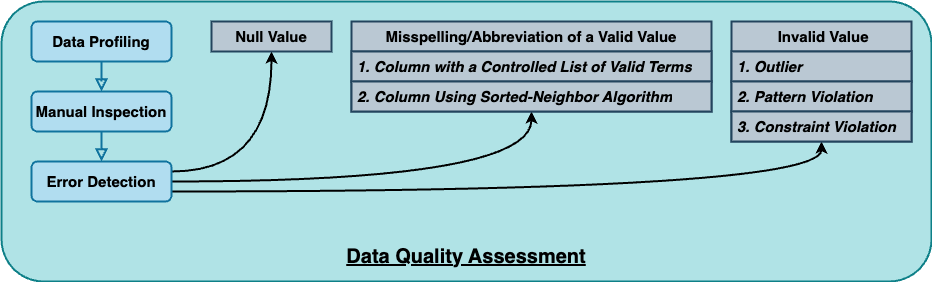
The draw.io diagram img/flowchart.drawio.png in XinshengZhu/DataQualityAssessment, before a commit. Source tidied: cells renumbered, new cells last; positions are measured from the earlier drawing's top-left corner, leaving out a move shared by most shapes.
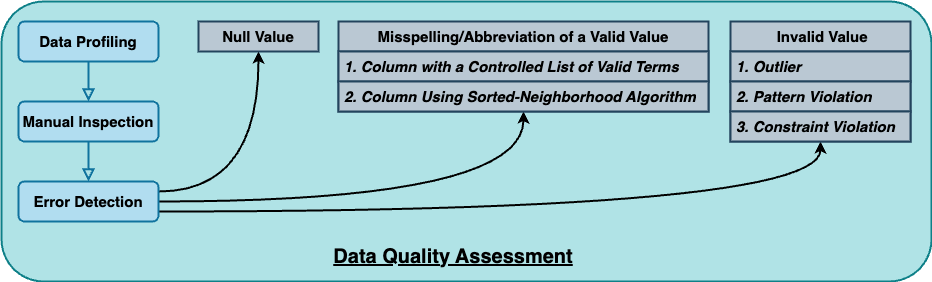
The same diagram one commit later.

Change to the diagram source:
```diff
@@ -3,7 +3,7 @@
     <mxCell id="0" />
     <mxCell id="1" parent="0" />
     <mxCell id="2" style="rounded=1;whiteSpace=wrap;html=1;strokeWidth=2;fillColor=#b0e3e6;strokeColor=#0e8088;fontSize=15;" parent="1" vertex="1">
-      <mxGeometry width="930" height="280" as="geometry" />
+      <mxGeometry x="13" width="930" height="280" as="geometry" />
     </mxCell>
     <mxCell id="3" style="rounded=0;html=1;jettySize=auto;fontSize=15;endArrow=block;endFill=0;endSize=8;strokeWidth=2;shadow=0;labelBackgroundColor=none;edgeStyle=orthogonalEdgeStyle;entryX=0.5;entryY=0;entryDx=0;entryDy=0;fontStyle=1;strokeColor=#10739e;fillColor=#b1ddf0;" parent="1" edge="1" source="4" target="5">
       <mxGeometry relative="1" as="geometry" />
@@ -12,7 +12,7 @@
       <mxGeometry x="30" y="20" width="140" height="40" as="geometry" />
     </mxCell>
     <mxCell id="5" value="Manual Inspection" style="rounded=1;whiteSpace=wrap;html=1;fontSize=15;glass=0;strokeWidth=2;shadow=0;fontStyle=1;strokeColor=#10739e;fillColor=#b1ddf0;" parent="1" vertex="1">
-      <mxGeometry x="30" y="90" width="140" height="40" as="geometry" />
+      <mxGeometry x="30" y="100" width="140" height="40" as="geometry" />
     </mxCell>
     <mxCell id="6" style="edgeStyle=orthogonalEdgeStyle;rounded=0;jettySize=auto;html=1;exitX=1;exitY=0.25;exitDx=0;exitDy=0;curved=1;fontSize=15;fontStyle=1;strokeWidth=2;" parent="1" edge="1" source="9" target="18">
       <mxGeometry relative="1" as="geometry" />
@@ -24,13 +24,13 @@
       <mxGeometry relative="1" as="geometry" />
     </mxCell>
     <mxCell id="9" value="Error Detection" style="rounded=1;whiteSpace=wrap;html=1;fontSize=15;glass=0;strokeWidth=2;shadow=0;fontStyle=1;strokeColor=#10739e;fillColor=#b1ddf0;" parent="1" vertex="1">
-      <mxGeometry x="30" y="160" width="140" height="40" as="geometry" />
+      <mxGeometry x="30" y="180" width="140" height="40" as="geometry" />
     </mxCell>
     <mxCell id="10" style="rounded=0;html=1;jettySize=auto;fontSize=15;endArrow=block;endFill=0;endSize=8;strokeWidth=2;shadow=0;labelBackgroundColor=none;edgeStyle=orthogonalEdgeStyle;entryX=0.5;entryY=0;entryDx=0;entryDy=0;exitX=0.5;exitY=1;exitDx=0;exitDy=0;fontStyle=1;strokeColor=#10739e;fillColor=#b1ddf0;" parent="1" edge="1" source="5" target="9">
       <mxGeometry relative="1" as="geometry" />
     </mxCell>
     <mxCell id="11" value="&lt;span style=&quot;font-size: 15px;&quot;&gt;&amp;nbsp;Invalid Value&lt;/span&gt;" style="swimlane;fontStyle=1;horizontal=1;startSize=30;whiteSpace=wrap;html=1;fontSize=15;strokeWidth=2;fillColor=#bac8d3;strokeColor=#23445d;" parent="1" vertex="1">
-      <mxGeometry x="730" y="20" width="180" height="120" as="geometry" />
+      <mxGeometry x="742" y="20" width="180" height="120" as="geometry" />
     </mxCell>
     <mxCell id="12" value="&lt;span style=&quot;text-align: center; text-wrap: nowrap; font-size: 15px;&quot;&gt;&lt;i style=&quot;font-size: 15px;&quot;&gt;1. Outlier&amp;nbsp;&lt;/i&gt;&lt;/span&gt;" style="text;strokeColor=#23445d;fillColor=#bac8d3;align=left;verticalAlign=middle;spacingLeft=4;spacingRight=4;overflow=hidden;whiteSpace=wrap;html=1;fontSize=15;fontStyle=1;strokeWidth=2;" parent="11" vertex="1">
       <mxGeometry y="30" width="180" height="30" as="geometry" />
@@ -42,13 +42,13 @@
       <mxGeometry y="90" width="180" height="30" as="geometry" />
     </mxCell>
     <mxCell id="15" value="&lt;span style=&quot;font-size: 15px;&quot;&gt;Misspelling/Abbreviation of a Valid Value&lt;/span&gt;" style="swimlane;fontStyle=1;horizontal=1;startSize=30;whiteSpace=wrap;html=1;fontSize=15;strokeWidth=2;fillColor=#bac8d3;strokeColor=#23445d;" parent="1" vertex="1">
-      <mxGeometry x="350" y="20" width="360" height="90" as="geometry" />
+      <mxGeometry x="350" y="20" width="370" height="90" as="geometry" />
     </mxCell>
     <mxCell id="16" value="&lt;span style=&quot;text-align: center; text-wrap: nowrap; font-size: 15px;&quot;&gt;&lt;i style=&quot;font-size: 15px;&quot;&gt;1. Column with a Controlled List of Valid Terms&lt;/i&gt;&lt;/span&gt;" style="text;strokeColor=#23445d;fillColor=#bac8d3;align=left;verticalAlign=middle;spacingLeft=4;spacingRight=4;overflow=hidden;whiteSpace=wrap;html=1;fontSize=15;fontStyle=1;strokeWidth=2;" parent="15" vertex="1">
-      <mxGeometry y="30" width="360" height="30" as="geometry" />
+      <mxGeometry y="30" width="370" height="30" as="geometry" />
     </mxCell>
-    <mxCell id="17" value="&lt;span style=&quot;text-align: center; text-wrap: nowrap; font-size: 15px;&quot;&gt;&lt;i style=&quot;font-size: 15px;&quot;&gt;2. Column Using Sorted-Neighbor Algorithm&lt;/i&gt;&lt;/span&gt;" style="text;strokeColor=#23445d;fillColor=#bac8d3;align=left;verticalAlign=middle;spacingLeft=4;spacingRight=4;overflow=hidden;whiteSpace=wrap;html=1;fontSize=15;fontStyle=1;strokeWidth=2;" parent="15" vertex="1">
-      <mxGeometry y="60" width="360" height="30" as="geometry" />
+    <mxCell id="17" value="&lt;span style=&quot;text-align: center; text-wrap: nowrap; font-size: 15px;&quot;&gt;&lt;i style=&quot;font-size: 15px;&quot;&gt;2. Column Using Sorted-Neighborhood Algorithm&lt;/i&gt;&lt;/span&gt;" style="text;strokeColor=#23445d;fillColor=#bac8d3;align=left;verticalAlign=middle;spacingLeft=4;spacingRight=4;overflow=hidden;whiteSpace=wrap;html=1;fontSize=15;fontStyle=1;strokeWidth=2;" parent="15" vertex="1">
+      <mxGeometry y="60" width="370" height="30" as="geometry" />
     </mxCell>
     <mxCell id="18" value="Null Value" style="rounded=0;whiteSpace=wrap;html=1;fontSize=15;fontStyle=1;strokeWidth=2;fillColor=#bac8d3;strokeColor=#23445d;" parent="1" vertex="1">
       <mxGeometry x="210" y="20" width="120" height="30" as="geometry" />
```
